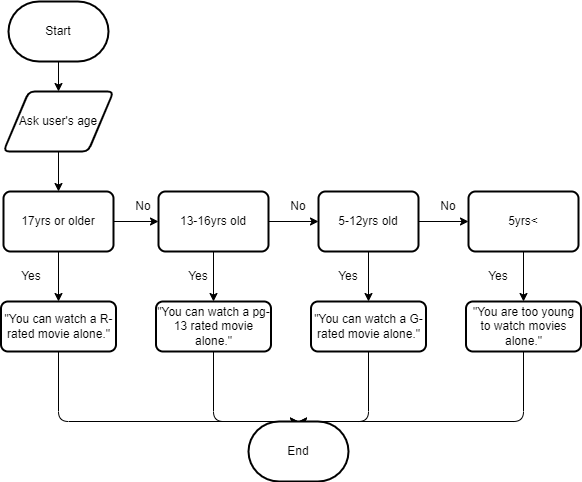
The draw.io diagram designs/flowchart.png in KaitlynIp64/ICS2O-Unit-5-03-JS, before a commit. Source tidied: cells renumbered, new cells last; positions are measured from the earlier drawing's top-left corner, leaving out a move shared by most shapes. The source it was exported from:
```xml
<mxGraphModel>
  <root>
    <mxCell id="0" />
    <mxCell id="1" parent="0" />
    <mxCell id="2" style="edgeStyle=none;html=1;" parent="1" edge="1" source="3" target="5">
      <mxGeometry relative="1" as="geometry" />
    </mxCell>
    <mxCell id="3" value="Start" style="strokeWidth=2;html=1;shape=mxgraph.flowchart.terminator;whiteSpace=wrap;" parent="1" vertex="1">
      <mxGeometry x="8" width="100" height="60" as="geometry" />
    </mxCell>
    <mxCell id="4" style="edgeStyle=none;html=1;" parent="1" edge="1" source="5" target="8">
      <mxGeometry relative="1" as="geometry" />
    </mxCell>
    <mxCell id="5" value="Ask user's age" style="shape=parallelogram;html=1;strokeWidth=2;perimeter=parallelogramPerimeter;whiteSpace=wrap;rounded=1;arcSize=12;size=0.23;" parent="1" vertex="1">
      <mxGeometry x="3" y="90" width="110" height="60" as="geometry" />
    </mxCell>
    <mxCell id="6" style="edgeStyle=none;html=1;entryX=0.5;entryY=0;entryDx=0;entryDy=0;" parent="1" edge="1" source="8" target="10">
      <mxGeometry relative="1" as="geometry" />
    </mxCell>
    <mxCell id="7" style="edgeStyle=none;html=1;entryX=0;entryY=0.5;entryDx=0;entryDy=0;" parent="1" edge="1" source="8" target="13">
      <mxGeometry relative="1" as="geometry" />
    </mxCell>
    <mxCell id="8" value="17yrs or older" style="rounded=1;whiteSpace=wrap;html=1;absoluteArcSize=1;arcSize=14;strokeWidth=2;" parent="1" vertex="1">
      <mxGeometry x="3" y="190" width="110" height="60" as="geometry" />
    </mxCell>
    <mxCell id="9" style="edgeStyle=none;html=1;entryX=0.5;entryY=0;entryDx=0;entryDy=0;entryPerimeter=0;exitX=0.5;exitY=1;exitDx=0;exitDy=0;" parent="1" edge="1" source="10" target="32">
      <mxGeometry relative="1" as="geometry">
        <Array as="points">
          <mxPoint x="58" y="420" />
        </Array>
      </mxGeometry>
    </mxCell>
    <mxCell id="10" value="&quot;You can watch a R-rated movie alone.&quot;" style="rounded=1;whiteSpace=wrap;html=1;absoluteArcSize=1;arcSize=14;strokeWidth=2;" parent="1" vertex="1">
      <mxGeometry x="0.5" y="300" width="115" height="50" as="geometry" />
    </mxCell>
    <mxCell id="11" style="edgeStyle=none;html=1;" parent="1" edge="1" source="13" target="16">
      <mxGeometry relative="1" as="geometry" />
    </mxCell>
    <mxCell id="12" style="edgeStyle=none;html=1;entryX=0.5;entryY=0;entryDx=0;entryDy=0;" parent="1" edge="1" source="13" target="20">
      <mxGeometry relative="1" as="geometry" />
    </mxCell>
    <mxCell id="13" value="13-16yrs old" style="rounded=1;whiteSpace=wrap;html=1;absoluteArcSize=1;arcSize=14;strokeWidth=2;" parent="1" vertex="1">
      <mxGeometry x="158" y="190" width="110" height="60" as="geometry" />
    </mxCell>
    <mxCell id="14" style="edgeStyle=none;html=1;entryX=0;entryY=0.5;entryDx=0;entryDy=0;" parent="1" edge="1" source="16" target="18">
      <mxGeometry relative="1" as="geometry" />
    </mxCell>
    <mxCell id="15" style="edgeStyle=none;html=1;entryX=0.5;entryY=0;entryDx=0;entryDy=0;" parent="1" edge="1" source="16" target="22">
      <mxGeometry relative="1" as="geometry" />
    </mxCell>
    <mxCell id="16" value="5-12yrs old" style="rounded=1;whiteSpace=wrap;html=1;absoluteArcSize=1;arcSize=14;strokeWidth=2;" parent="1" vertex="1">
      <mxGeometry x="318" y="190" width="100" height="60" as="geometry" />
    </mxCell>
    <mxCell id="17" style="edgeStyle=none;html=1;" parent="1" edge="1" source="18" target="24">
      <mxGeometry relative="1" as="geometry" />
    </mxCell>
    <mxCell id="18" value="5yrs&amp;lt;" style="rounded=1;whiteSpace=wrap;html=1;absoluteArcSize=1;arcSize=14;strokeWidth=2;" parent="1" vertex="1">
      <mxGeometry x="468" y="190" width="110" height="60" as="geometry" />
    </mxCell>
    <mxCell id="19" style="edgeStyle=none;html=1;entryX=0.5;entryY=0;entryDx=0;entryDy=0;entryPerimeter=0;" parent="1" edge="1" source="20" target="32">
      <mxGeometry relative="1" as="geometry">
        <Array as="points">
          <mxPoint x="213" y="420" />
        </Array>
      </mxGeometry>
    </mxCell>
    <mxCell id="20" value="&quot;You can watch a pg-13 rated movie alone.&quot;" style="rounded=1;whiteSpace=wrap;html=1;absoluteArcSize=1;arcSize=14;strokeWidth=2;" parent="1" vertex="1">
      <mxGeometry x="155.5" y="300" width="115" height="50" as="geometry" />
    </mxCell>
    <mxCell id="21" style="edgeStyle=none;html=1;entryX=0.5;entryY=0;entryDx=0;entryDy=0;entryPerimeter=0;" parent="1" edge="1" source="22" target="32">
      <mxGeometry relative="1" as="geometry">
        <Array as="points">
          <mxPoint x="368" y="420" />
        </Array>
      </mxGeometry>
    </mxCell>
    <mxCell id="22" value="&quot;You can watch a G-rated movie alone.&quot;" style="rounded=1;whiteSpace=wrap;html=1;absoluteArcSize=1;arcSize=14;strokeWidth=2;" parent="1" vertex="1">
      <mxGeometry x="310.5" y="300" width="115" height="50" as="geometry" />
    </mxCell>
    <mxCell id="23" style="edgeStyle=none;html=1;entryX=0.5;entryY=0;entryDx=0;entryDy=0;entryPerimeter=0;" parent="1" edge="1" source="24" target="32">
      <mxGeometry relative="1" as="geometry">
        <Array as="points">
          <mxPoint x="523" y="420" />
        </Array>
      </mxGeometry>
    </mxCell>
    <mxCell id="24" value="&quot;You are too young to watch movies alone.&quot;" style="rounded=1;whiteSpace=wrap;html=1;absoluteArcSize=1;arcSize=14;strokeWidth=2;" parent="1" vertex="1">
      <mxGeometry x="465.5" y="300" width="115" height="50" as="geometry" />
    </mxCell>
    <mxCell id="25" value="Yes" style="text;html=1;strokeColor=none;fillColor=none;align=center;verticalAlign=middle;whiteSpace=wrap;rounded=0;" parent="1" vertex="1">
      <mxGeometry x="0.5" y="260" width="60" height="30" as="geometry" />
    </mxCell>
    <mxCell id="26" value="Yes" style="text;html=1;strokeColor=none;fillColor=none;align=center;verticalAlign=middle;whiteSpace=wrap;rounded=0;" parent="1" vertex="1">
      <mxGeometry x="468" y="260" width="60" height="30" as="geometry" />
    </mxCell>
    <mxCell id="27" value="Yes" style="text;html=1;strokeColor=none;fillColor=none;align=center;verticalAlign=middle;whiteSpace=wrap;rounded=0;" parent="1" vertex="1">
      <mxGeometry x="318" y="260" width="60" height="30" as="geometry" />
    </mxCell>
    <mxCell id="28" value="Yes" style="text;html=1;strokeColor=none;fillColor=none;align=center;verticalAlign=middle;whiteSpace=wrap;rounded=0;" parent="1" vertex="1">
      <mxGeometry x="168" y="260" width="60" height="30" as="geometry" />
    </mxCell>
    <mxCell id="29" value="No" style="text;html=1;strokeColor=none;fillColor=none;align=center;verticalAlign=middle;whiteSpace=wrap;rounded=0;" parent="1" vertex="1">
      <mxGeometry x="113" y="190" width="60" height="30" as="geometry" />
    </mxCell>
    <mxCell id="30" value="No" style="text;html=1;strokeColor=none;fillColor=none;align=center;verticalAlign=middle;whiteSpace=wrap;rounded=0;" parent="1" vertex="1">
      <mxGeometry x="418" y="190" width="60" height="30" as="geometry" />
    </mxCell>
    <mxCell id="31" value="No" style="text;html=1;strokeColor=none;fillColor=none;align=center;verticalAlign=middle;whiteSpace=wrap;rounded=0;" parent="1" vertex="1">
      <mxGeometry x="268" y="190" width="60" height="30" as="geometry" />
    </mxCell>
    <mxCell id="32" value="End" style="strokeWidth=2;html=1;shape=mxgraph.flowchart.terminator;whiteSpace=wrap;" parent="1" vertex="1">
      <mxGeometry x="248" y="420" width="100" height="60" as="geometry" />
    </mxCell>
  </root>
</mxGraphModel>
```
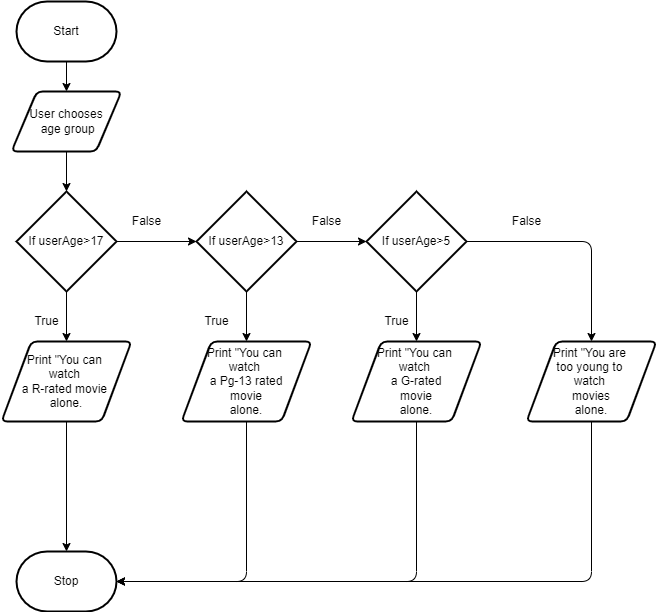
Above is the later version.

The edit, as a diff of the source:
```diff
@@ -8,108 +8,103 @@
     <mxCell id="3" value="Start" style="strokeWidth=2;html=1;shape=mxgraph.flowchart.terminator;whiteSpace=wrap;" parent="1" vertex="1">
       <mxGeometry x="8" width="100" height="60" as="geometry" />
     </mxCell>
-    <mxCell id="4" style="edgeStyle=none;html=1;" parent="1" edge="1" source="5" target="8">
-      <mxGeometry relative="1" as="geometry" />
+    <mxCell id="4" style="edgeStyle=none;html=1;" parent="1" edge="1" source="5">
+      <mxGeometry relative="1" as="geometry">
+        <mxPoint x="58" y="190" as="targetPoint" />
+      </mxGeometry>
     </mxCell>
-    <mxCell id="5" value="Ask user's age" style="shape=parallelogram;html=1;strokeWidth=2;perimeter=parallelogramPerimeter;whiteSpace=wrap;rounded=1;arcSize=12;size=0.23;" parent="1" vertex="1">
+    <mxCell id="5" value="User chooses&lt;br&gt;&amp;nbsp;age group" style="shape=parallelogram;html=1;strokeWidth=2;perimeter=parallelogramPerimeter;whiteSpace=wrap;rounded=1;arcSize=12;size=0.23;" parent="1" vertex="1">
       <mxGeometry x="3" y="90" width="110" height="60" as="geometry" />
     </mxCell>
-    <mxCell id="6" style="edgeStyle=none;html=1;entryX=0.5;entryY=0;entryDx=0;entryDy=0;" parent="1" edge="1" source="8" target="10">
-      <mxGeometry relative="1" as="geometry" />
-    </mxCell>
-    <mxCell id="7" style="edgeStyle=none;html=1;entryX=0;entryY=0.5;entryDx=0;entryDy=0;" parent="1" edge="1" source="8" target="13">
-      <mxGeometry relative="1" as="geometry" />
-    </mxCell>
-    <mxCell id="8" value="17yrs or older" style="rounded=1;whiteSpace=wrap;html=1;absoluteArcSize=1;arcSize=14;strokeWidth=2;" parent="1" vertex="1">
-      <mxGeometry x="3" y="190" width="110" height="60" as="geometry" />
-    </mxCell>
-    <mxCell id="9" style="edgeStyle=none;html=1;entryX=0.5;entryY=0;entryDx=0;entryDy=0;entryPerimeter=0;exitX=0.5;exitY=1;exitDx=0;exitDy=0;" parent="1" edge="1" source="10" target="32">
-      <mxGeometry relative="1" as="geometry">
-        <Array as="points">
-          <mxPoint x="58" y="420" />
-        </Array>
-      </mxGeometry>
-    </mxCell>
-    <mxCell id="10" value="&quot;You can watch a R-rated movie alone.&quot;" style="rounded=1;whiteSpace=wrap;html=1;absoluteArcSize=1;arcSize=14;strokeWidth=2;" parent="1" vertex="1">
-      <mxGeometry x="0.5" y="300" width="115" height="50" as="geometry" />
-    </mxCell>
-    <mxCell id="11" style="edgeStyle=none;html=1;" parent="1" edge="1" source="13" target="16">
-      <mxGeometry relative="1" as="geometry" />
-    </mxCell>
-    <mxCell id="12" style="edgeStyle=none;html=1;entryX=0.5;entryY=0;entryDx=0;entryDy=0;" parent="1" edge="1" source="13" target="20">
-      <mxGeometry relative="1" as="geometry" />
-    </mxCell>
-    <mxCell id="13" value="13-16yrs old" style="rounded=1;whiteSpace=wrap;html=1;absoluteArcSize=1;arcSize=14;strokeWidth=2;" parent="1" vertex="1">
-      <mxGeometry x="158" y="190" width="110" height="60" as="geometry" />
-    </mxCell>
-    <mxCell id="14" style="edgeStyle=none;html=1;entryX=0;entryY=0.5;entryDx=0;entryDy=0;" parent="1" edge="1" source="16" target="18">
-      <mxGeometry relative="1" as="geometry" />
-    </mxCell>
-    <mxCell id="15" style="edgeStyle=none;html=1;entryX=0.5;entryY=0;entryDx=0;entryDy=0;" parent="1" edge="1" source="16" target="22">
-      <mxGeometry relative="1" as="geometry" />
-    </mxCell>
-    <mxCell id="16" value="5-12yrs old" style="rounded=1;whiteSpace=wrap;html=1;absoluteArcSize=1;arcSize=14;strokeWidth=2;" parent="1" vertex="1">
-      <mxGeometry x="318" y="190" width="100" height="60" as="geometry" />
-    </mxCell>
-    <mxCell id="17" style="edgeStyle=none;html=1;" parent="1" edge="1" source="18" target="24">
-      <mxGeometry relative="1" as="geometry" />
-    </mxCell>
-    <mxCell id="18" value="5yrs&amp;lt;" style="rounded=1;whiteSpace=wrap;html=1;absoluteArcSize=1;arcSize=14;strokeWidth=2;" parent="1" vertex="1">
-      <mxGeometry x="468" y="190" width="110" height="60" as="geometry" />
-    </mxCell>
-    <mxCell id="19" style="edgeStyle=none;html=1;entryX=0.5;entryY=0;entryDx=0;entryDy=0;entryPerimeter=0;" parent="1" edge="1" source="20" target="32">
-      <mxGeometry relative="1" as="geometry">
-        <Array as="points">
-          <mxPoint x="213" y="420" />
-        </Array>
-      </mxGeometry>
-    </mxCell>
-    <mxCell id="20" value="&quot;You can watch a pg-13 rated movie alone.&quot;" style="rounded=1;whiteSpace=wrap;html=1;absoluteArcSize=1;arcSize=14;strokeWidth=2;" parent="1" vertex="1">
-      <mxGeometry x="155.5" y="300" width="115" height="50" as="geometry" />
-    </mxCell>
-    <mxCell id="21" style="edgeStyle=none;html=1;entryX=0.5;entryY=0;entryDx=0;entryDy=0;entryPerimeter=0;" parent="1" edge="1" source="22" target="32">
-      <mxGeometry relative="1" as="geometry">
-        <Array as="points">
-          <mxPoint x="368" y="420" />
-        </Array>
-      </mxGeometry>
-    </mxCell>
-    <mxCell id="22" value="&quot;You can watch a G-rated movie alone.&quot;" style="rounded=1;whiteSpace=wrap;html=1;absoluteArcSize=1;arcSize=14;strokeWidth=2;" parent="1" vertex="1">
-      <mxGeometry x="310.5" y="300" width="115" height="50" as="geometry" />
-    </mxCell>
-    <mxCell id="23" style="edgeStyle=none;html=1;entryX=0.5;entryY=0;entryDx=0;entryDy=0;entryPerimeter=0;" parent="1" edge="1" source="24" target="32">
-      <mxGeometry relative="1" as="geometry">
-        <Array as="points">
-          <mxPoint x="523" y="420" />
-        </Array>
-      </mxGeometry>
-    </mxCell>
-    <mxCell id="24" value="&quot;You are too young to watch movies alone.&quot;" style="rounded=1;whiteSpace=wrap;html=1;absoluteArcSize=1;arcSize=14;strokeWidth=2;" parent="1" vertex="1">
-      <mxGeometry x="465.5" y="300" width="115" height="50" as="geometry" />
-    </mxCell>
-    <mxCell id="25" value="Yes" style="text;html=1;strokeColor=none;fillColor=none;align=center;verticalAlign=middle;whiteSpace=wrap;rounded=0;" parent="1" vertex="1">
-      <mxGeometry x="0.5" y="260" width="60" height="30" as="geometry" />
-    </mxCell>
-    <mxCell id="26" value="Yes" style="text;html=1;strokeColor=none;fillColor=none;align=center;verticalAlign=middle;whiteSpace=wrap;rounded=0;" parent="1" vertex="1">
-      <mxGeometry x="468" y="260" width="60" height="30" as="geometry" />
-    </mxCell>
-    <mxCell id="27" value="Yes" style="text;html=1;strokeColor=none;fillColor=none;align=center;verticalAlign=middle;whiteSpace=wrap;rounded=0;" parent="1" vertex="1">
-      <mxGeometry x="318" y="260" width="60" height="30" as="geometry" />
-    </mxCell>
-    <mxCell id="28" value="Yes" style="text;html=1;strokeColor=none;fillColor=none;align=center;verticalAlign=middle;whiteSpace=wrap;rounded=0;" parent="1" vertex="1">
-      <mxGeometry x="168" y="260" width="60" height="30" as="geometry" />
-    </mxCell>
-    <mxCell id="29" value="No" style="text;html=1;strokeColor=none;fillColor=none;align=center;verticalAlign=middle;whiteSpace=wrap;rounded=0;" parent="1" vertex="1">
-      <mxGeometry x="113" y="190" width="60" height="30" as="geometry" />
-    </mxCell>
-    <mxCell id="30" value="No" style="text;html=1;strokeColor=none;fillColor=none;align=center;verticalAlign=middle;whiteSpace=wrap;rounded=0;" parent="1" vertex="1">
-      <mxGeometry x="418" y="190" width="60" height="30" as="geometry" />
-    </mxCell>
-    <mxCell id="31" value="No" style="text;html=1;strokeColor=none;fillColor=none;align=center;verticalAlign=middle;whiteSpace=wrap;rounded=0;" parent="1" vertex="1">
-      <mxGeometry x="268" y="190" width="60" height="30" as="geometry" />
-    </mxCell>
-    <mxCell id="32" value="End" style="strokeWidth=2;html=1;shape=mxgraph.flowchart.terminator;whiteSpace=wrap;" parent="1" vertex="1">
-      <mxGeometry x="248" y="420" width="100" height="60" as="geometry" />
-    </mxCell>
+    <mxCell id="33" style="edgeStyle=none;html=1;exitX=1;exitY=0.5;exitDx=0;exitDy=0;exitPerimeter=0;entryX=0;entryY=0.5;entryDx=0;entryDy=0;entryPerimeter=0;" parent="1" edge="1" source="35" target="38">
+      <mxGeometry relative="1" as="geometry" />
+    </mxCell>
+    <mxCell id="34" style="edgeStyle=none;html=1;exitX=0.5;exitY=1;exitDx=0;exitDy=0;exitPerimeter=0;entryX=0.5;entryY=0;entryDx=0;entryDy=0;" parent="1" edge="1" source="35" target="43">
+      <mxGeometry relative="1" as="geometry" />
+    </mxCell>
+    <mxCell id="35" value="If userAge&amp;gt;17" style="strokeWidth=2;html=1;shape=mxgraph.flowchart.decision;whiteSpace=wrap;" parent="1" vertex="1">
+      <mxGeometry x="8" y="190" width="100" height="100" as="geometry" />
+    </mxCell>
+    <mxCell id="36" style="edgeStyle=none;html=1;exitX=1;exitY=0.5;exitDx=0;exitDy=0;exitPerimeter=0;entryX=0;entryY=0.5;entryDx=0;entryDy=0;entryPerimeter=0;" parent="1" edge="1" source="38" target="41">
+      <mxGeometry relative="1" as="geometry" />
+    </mxCell>
+    <mxCell id="37" style="edgeStyle=none;html=1;entryX=0.5;entryY=0;entryDx=0;entryDy=0;" parent="1" edge="1" source="38" target="45">
+      <mxGeometry relative="1" as="geometry" />
+    </mxCell>
+    <mxCell id="38" value="If userAge&amp;gt;13" style="strokeWidth=2;html=1;shape=mxgraph.flowchart.decision;whiteSpace=wrap;" parent="1" vertex="1">
+      <mxGeometry x="188" y="190" width="100" height="100" as="geometry" />
+    </mxCell>
+    <mxCell id="39" style="edgeStyle=none;html=1;exitX=1;exitY=0.5;exitDx=0;exitDy=0;exitPerimeter=0;entryX=0.5;entryY=0;entryDx=0;entryDy=0;" parent="1" edge="1" source="41" target="49">
+      <mxGeometry relative="1" as="geometry">
+        <Array as="points">
+          <mxPoint x="583" y="240" />
+        </Array>
+      </mxGeometry>
+    </mxCell>
+    <mxCell id="40" style="edgeStyle=none;html=1;entryX=0.5;entryY=0;entryDx=0;entryDy=0;" parent="1" edge="1" source="41" target="47">
+      <mxGeometry relative="1" as="geometry" />
+    </mxCell>
+    <mxCell id="41" value="If userAge&amp;gt;5" style="strokeWidth=2;html=1;shape=mxgraph.flowchart.decision;whiteSpace=wrap;" parent="1" vertex="1">
+      <mxGeometry x="358" y="190" width="100" height="100" as="geometry" />
+    </mxCell>
+    <mxCell id="42" style="edgeStyle=none;html=1;entryX=0.5;entryY=0;entryDx=0;entryDy=0;entryPerimeter=0;" parent="1" edge="1" source="43" target="56">
+      <mxGeometry relative="1" as="geometry" />
+    </mxCell>
+    <mxCell id="43" value="Print &quot;You can &lt;br&gt;watch &lt;br&gt;a R-rated movie &lt;br&gt;alone." style="shape=parallelogram;html=1;strokeWidth=2;perimeter=parallelogramPerimeter;whiteSpace=wrap;rounded=1;arcSize=12;size=0.23;" parent="1" vertex="1">
+      <mxGeometry x="-7" y="340" width="130" height="80" as="geometry" />
+    </mxCell>
+    <mxCell id="44" style="edgeStyle=none;html=1;entryX=1;entryY=0.5;entryDx=0;entryDy=0;entryPerimeter=0;" parent="1" edge="1" source="45" target="56">
+      <mxGeometry relative="1" as="geometry">
+        <Array as="points">
+          <mxPoint x="238" y="580" />
+        </Array>
+      </mxGeometry>
+    </mxCell>
+    <mxCell id="45" value="Print &quot;You can &lt;br&gt;watch &lt;br&gt;a Pg-13 rated&lt;br&gt;&amp;nbsp;movie &lt;br&gt;alone." style="shape=parallelogram;html=1;strokeWidth=2;perimeter=parallelogramPerimeter;whiteSpace=wrap;rounded=1;arcSize=12;size=0.23;" parent="1" vertex="1">
+      <mxGeometry x="173" y="340" width="130" height="80" as="geometry" />
+    </mxCell>
+    <mxCell id="46" style="edgeStyle=none;html=1;exitX=0.5;exitY=1;exitDx=0;exitDy=0;" parent="1" edge="1" source="47">
+      <mxGeometry relative="1" as="geometry">
+        <mxPoint x="108" y="580" as="targetPoint" />
+        <Array as="points">
+          <mxPoint x="408" y="580" />
+        </Array>
+      </mxGeometry>
+    </mxCell>
+    <mxCell id="47" value="Print &quot;You can &lt;br&gt;watch &lt;br&gt;a G-rated&lt;br&gt;&amp;nbsp;movie &lt;br&gt;alone." style="shape=parallelogram;html=1;strokeWidth=2;perimeter=parallelogramPerimeter;whiteSpace=wrap;rounded=1;arcSize=12;size=0.23;" parent="1" vertex="1">
+      <mxGeometry x="343" y="340" width="130" height="80" as="geometry" />
+    </mxCell>
+    <mxCell id="48" style="edgeStyle=none;html=1;" parent="1" edge="1" source="49">
+      <mxGeometry relative="1" as="geometry">
+        <mxPoint x="108" y="580" as="targetPoint" />
+        <Array as="points">
+          <mxPoint x="583" y="580" />
+        </Array>
+      </mxGeometry>
+    </mxCell>
+    <mxCell id="49" value="Print &quot;You are &lt;br&gt;too young to &lt;br&gt;watch &lt;br&gt;movies&lt;br&gt;alone." style="shape=parallelogram;html=1;strokeWidth=2;perimeter=parallelogramPerimeter;whiteSpace=wrap;rounded=1;arcSize=12;size=0.23;" parent="1" vertex="1">
+      <mxGeometry x="518" y="340" width="130" height="80" as="geometry" />
+    </mxCell>
+    <mxCell id="50" value="True" style="text;html=1;align=center;verticalAlign=middle;strokeColor=none;fillColor=none;" parent="1" vertex="1">
+      <mxGeometry x="18" y="310" width="40" height="20" as="geometry" />
+    </mxCell>
+    <mxCell id="51" value="False" style="text;html=1;align=center;verticalAlign=middle;strokeColor=none;fillColor=none;" parent="1" vertex="1">
+      <mxGeometry x="498" y="210" width="40" height="20" as="geometry" />
+    </mxCell>
+    <mxCell id="52" value="True" style="text;html=1;align=center;verticalAlign=middle;strokeColor=none;fillColor=none;" parent="1" vertex="1">
+      <mxGeometry x="368" y="310" width="40" height="20" as="geometry" />
+    </mxCell>
+    <mxCell id="53" value="True" style="text;html=1;align=center;verticalAlign=middle;strokeColor=none;fillColor=none;" parent="1" vertex="1">
+      <mxGeometry x="188" y="310" width="40" height="20" as="geometry" />
+    </mxCell>
+    <mxCell id="54" value="False" style="text;html=1;align=center;verticalAlign=middle;strokeColor=none;fillColor=none;" parent="1" vertex="1">
+      <mxGeometry x="118" y="210" width="40" height="20" as="geometry" />
+    </mxCell>
+    <mxCell id="55" value="False" style="text;html=1;align=center;verticalAlign=middle;strokeColor=none;fillColor=none;" parent="1" vertex="1">
+      <mxGeometry x="298" y="210" width="40" height="20" as="geometry" />
+    </mxCell>
+    <mxCell id="56" value="Stop" style="strokeWidth=2;html=1;shape=mxgraph.flowchart.terminator;whiteSpace=wrap;" parent="1" vertex="1">
+      <mxGeometry x="8" y="550" width="100" height="60" as="geometry" />
+    </mxCell>
   </root>
 </mxGraphModel>
```
